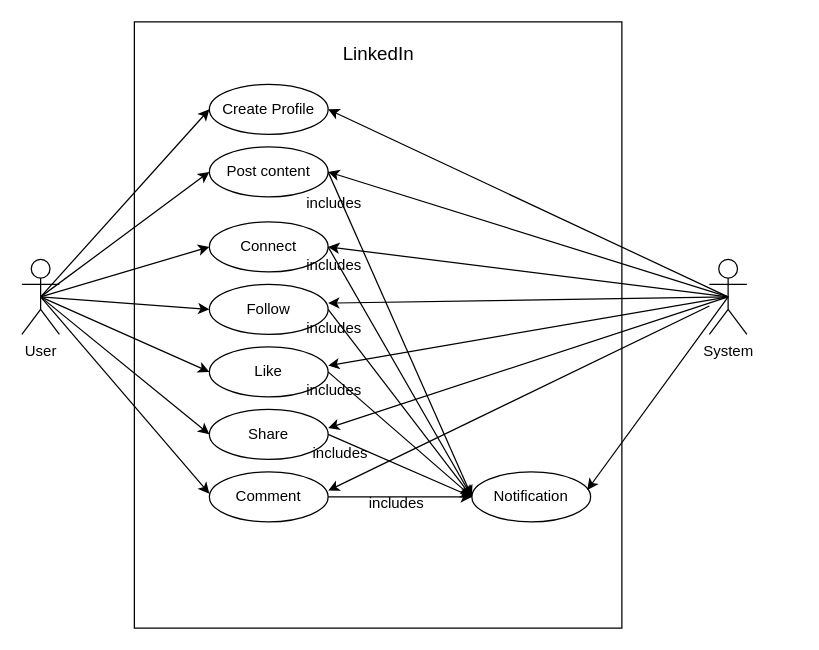
Earlier version of the draw.io diagram Assignments/A2/LinkedInUseCase.drawio (sunys1/Object-Oriented-Design). Source tidied: cells renumbered, new cells numbered last; positions are measured from the earlier drawing's top-left corner, leaving out a move shared by most shapes. Both pictures are drawn from the tidied source at 125%, with x=0, y=0 at pixel (21, 21).
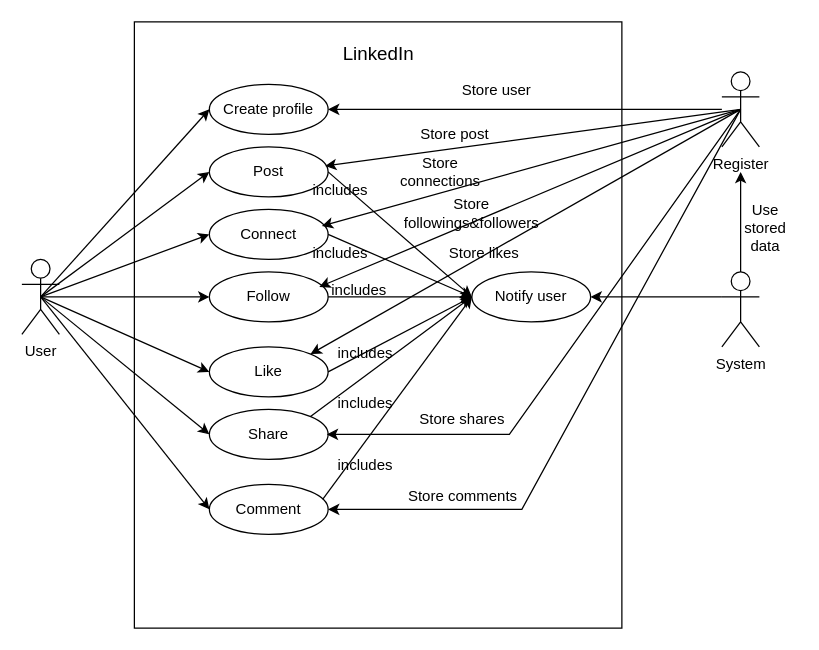
The same page after the edit.

Commit message (it also covers changes not shown here):
Updated roles and associations

The change refers to these unchanged cells:
```xml
<mxCell id="4" value="User" style="shape=umlActor;verticalLabelPosition=bottom;verticalAlign=top;html=1;outlineConnect=0;" parent="1" vertex="1">
  <mxGeometry y="190" width="30" height="60" as="geometry" />
</mxCell>
<mxCell id="10" value="Like" style="ellipse;whiteSpace=wrap;html=1;" parent="1" vertex="1">
  <mxGeometry x="150" y="260" width="95" height="40" as="geometry" />
</mxCell>
<mxCell id="11" value="Share" style="ellipse;whiteSpace=wrap;html=1;" parent="1" vertex="1">
  <mxGeometry x="150" y="310" width="95" height="40" as="geometry" />
</mxCell>
```

What changed in the source:
```diff
@@
+    <mxCell id="41" style="edgeStyle=orthogonalEdgeStyle;rounded=0;jettySize=auto;html=1;" parent="1" edge="1" source="5">
+      <mxGeometry relative="1" as="geometry">
+        <mxPoint x="575" y="120" as="targetPoint" />
+      </mxGeometry>
+    </mxCell>
+    <mxCell id="18" style="edgeStyle=orthogonalEdgeStyle;rounded=0;jettySize=auto;html=1;exitX=0;exitY=0.3333333333333333;exitDx=0;exitDy=0;exitPerimeter=0;entryX=1;entryY=0.5;entryDx=0;entryDy=0;" parent="1" edge="1" source="5" target="12">
+      <mxGeometry relative="1" as="geometry" />
+    </mxCell>
     <mxCell id="5" value="System" style="shape=umlActor;verticalLabelPosition=bottom;verticalAlign=top;html=1;outlineConnect=0;" parent="1" vertex="1">
-      <mxGeometry x="550" y="190" width="30" height="60" as="geometry" />
+      <mxGeometry x="560" y="200" width="30" height="60" as="geometry" />
     </mxCell>
-    <mxCell id="6" value="Create Profile" style="ellipse;whiteSpace=wrap;html=1;" parent="1" vertex="1">
+    <mxCell id="6" value="Create profile" style="ellipse;whiteSpace=wrap;html=1;" parent="1" vertex="1">
       <mxGeometry x="150" y="50" width="95" height="40" as="geometry" />
     </mxCell>
-    <mxCell id="7" value="Post content" style="ellipse;whiteSpace=wrap;html=1;" parent="1" vertex="1">
+    <mxCell id="7" value="Post" style="ellipse;whiteSpace=wrap;html=1;" parent="1" vertex="1">
       <mxGeometry x="150" y="100" width="95" height="40" as="geometry" />
     </mxCell>
     <mxCell id="8" value="Connect" style="ellipse;whiteSpace=wrap;html=1;" parent="1" vertex="1">
-      <mxGeometry x="150" y="160" width="95" height="40" as="geometry" />
+      <mxGeometry x="150" y="150" width="95" height="40" as="geometry" />
     </mxCell>
     <mxCell id="9" value="Follow" style="ellipse;whiteSpace=wrap;html=1;" parent="1" vertex="1">
-      <mxGeometry x="150" y="210" width="95" height="40" as="geometry" />
+      <mxGeometry x="150" y="200" width="95" height="40" as="geometry" />
     </mxCell>
@@
-    <mxCell id="12" value="Notification" style="ellipse;whiteSpace=wrap;html=1;" parent="1" vertex="1">
-      <mxGeometry x="360" y="360" width="95" height="40" as="geometry" />
+    <mxCell id="12" value="Notify user" style="ellipse;whiteSpace=wrap;html=1;" parent="1" vertex="1">
+      <mxGeometry x="360" y="200" width="95" height="40" as="geometry" />
     </mxCell>
@@
-    <mxCell id="14" style="endArrow=classic;html=1;rounded=0;exitX=0.5;exitY=0.5;exitDx=0;exitDy=0;exitPerimeter=0;entryX=0;entryY=0.5;entryDx=0;entryDy=0;" parent="1" edge="1" source="4">
-      <mxGeometry relative="1" as="geometry">
-        <mxPoint x="150" y="180" as="targetPoint" />
-      </mxGeometry>
+    <mxCell id="14" style="endArrow=classic;html=1;rounded=0;exitX=0.5;exitY=0.5;exitDx=0;exitDy=0;exitPerimeter=0;entryX=0;entryY=0.5;entryDx=0;entryDy=0;" parent="1" edge="1" source="4" target="8">
+      <mxGeometry relative="1" as="geometry" />
     </mxCell>
@@
-    <mxCell id="18" style="endArrow=classic;html=1;rounded=0;entryX=0.972;entryY=0.361;entryDx=0;entryDy=0;entryPerimeter=0;exitX=0.5;exitY=0.5;exitDx=0;exitDy=0;exitPerimeter=0;" parent="1" edge="1" source="5" target="12">
-      <mxGeometry relative="1" as="geometry" />
-    </mxCell>
-    <mxCell id="19" style="endArrow=classic;html=1;rounded=0;exitX=0.5;exitY=0.5;exitDx=0;exitDy=0;exitPerimeter=0;entryX=1;entryY=0.5;entryDx=0;entryDy=0;" parent="1" edge="1" source="5" target="7">
-      <mxGeometry relative="1" as="geometry" />
-    </mxCell>
-    <mxCell id="20" style="endArrow=classic;html=1;rounded=0;entryX=1;entryY=0.5;entryDx=0;entryDy=0;exitX=0.5;exitY=0.5;exitDx=0;exitDy=0;exitPerimeter=0;" parent="1" edge="1" source="5">
-      <mxGeometry relative="1" as="geometry">
-        <mxPoint x="245" y="180" as="targetPoint" />
-      </mxGeometry>
-    </mxCell>
-    <mxCell id="21" style="endArrow=classic;html=1;rounded=0;entryX=1;entryY=0.5;entryDx=0;entryDy=0;exitX=0.5;exitY=0.5;exitDx=0;exitDy=0;exitPerimeter=0;" parent="1" edge="1" source="5">
-      <mxGeometry relative="1" as="geometry">
-        <mxPoint x="245" y="225" as="targetPoint" />
-      </mxGeometry>
-    </mxCell>
-    <mxCell id="22" style="endArrow=classic;html=1;rounded=0;entryX=1;entryY=0.5;entryDx=0;entryDy=0;exitX=0.5;exitY=0.5;exitDx=0;exitDy=0;exitPerimeter=0;" parent="1" edge="1" source="5">
-      <mxGeometry relative="1" as="geometry">
-        <mxPoint x="245" y="275" as="targetPoint" />
-      </mxGeometry>
-    </mxCell>
-    <mxCell id="23" style="endArrow=classic;html=1;rounded=0;entryX=1;entryY=0.5;entryDx=0;entryDy=0;exitX=0.5;exitY=0.5;exitDx=0;exitDy=0;exitPerimeter=0;" parent="1" edge="1" source="5">
-      <mxGeometry relative="1" as="geometry">
-        <mxPoint x="245" y="325" as="targetPoint" />
-      </mxGeometry>
-    </mxCell>
     <mxCell id="24" value="Comment" style="ellipse;whiteSpace=wrap;html=1;" parent="1" vertex="1">
-      <mxGeometry x="150" y="360" width="95" height="40" as="geometry" />
+      <mxGeometry x="150" y="370" width="95" height="40" as="geometry" />
     </mxCell>
-    <mxCell id="25" style="endArrow=classic;html=1;rounded=0;entryX=0;entryY=0.5;entryDx=0;entryDy=0;exitX=0.5;exitY=0.5;exitDx=0;exitDy=0;exitPerimeter=0;" parent="1" edge="1" source="4">
-      <mxGeometry relative="1" as="geometry">
-        <mxPoint x="150" y="377.5" as="targetPoint" />
-      </mxGeometry>
+    <mxCell id="25" style="endArrow=classic;html=1;rounded=0;entryX=0;entryY=0.5;entryDx=0;entryDy=0;exitX=0.5;exitY=0.5;exitDx=0;exitDy=0;exitPerimeter=0;" parent="1" edge="1" source="4" target="24">
+      <mxGeometry relative="1" as="geometry" />
     </mxCell>
-    <mxCell id="26" style="endArrow=classic;html=1;rounded=0;entryX=1;entryY=0.5;entryDx=0;entryDy=0;" parent="1" edge="1" source="5">
-      <mxGeometry relative="1" as="geometry">
-        <mxPoint x="245" y="375" as="targetPoint" />
-      </mxGeometry>
-    </mxCell>
     <mxCell id="27" value="includes" style="text;html=1;align=center;verticalAlign=middle;whiteSpace=wrap;rounded=0;" parent="1" vertex="1">
-      <mxGeometry x="270" y="370" width="60" height="30" as="geometry" />
+      <mxGeometry x="245" y="340" width="60" height="30" as="geometry" />
     </mxCell>
@@
     <mxCell id="29" value="includes" style="text;html=1;align=center;verticalAlign=middle;whiteSpace=wrap;rounded=0;" parent="1" vertex="1">
-      <mxGeometry x="220" y="230" width="60" height="30" as="geometry" />
+      <mxGeometry x="240" y="200" width="60" height="30" as="geometry" />
     </mxCell>
-    <mxCell id="30" style="endArrow=classic;html=1;rounded=0;exitX=1;exitY=0.5;exitDx=0;exitDy=0;entryX=0;entryY=0.5;entryDx=0;entryDy=0;" parent="1" edge="1" target="12">
-      <mxGeometry relative="1" as="geometry">
-        <mxPoint x="245" y="380" as="sourcePoint" />
-      </mxGeometry>
+    <mxCell id="30" style="endArrow=classic;html=1;rounded=0;exitX=0.954;exitY=0.3;exitDx=0;exitDy=0;entryX=0;entryY=0.5;entryDx=0;entryDy=0;exitPerimeter=0;" parent="1" edge="1" source="24" target="12">
+      <mxGeometry relative="1" as="geometry" />
     </mxCell>
-    <mxCell id="31" style="endArrow=classic;html=1;rounded=0;exitX=1;exitY=0.5;exitDx=0;exitDy=0;entryX=0;entryY=0.5;entryDx=0;entryDy=0;" parent="1" edge="1" source="11" target="12">
+    <mxCell id="31" style="endArrow=classic;html=1;rounded=0;exitX=1;exitY=0;exitDx=0;exitDy=0;entryX=0;entryY=0.5;entryDx=0;entryDy=0;" parent="1" edge="1" source="11" target="12">
       <mxGeometry relative="1" as="geometry" />
     </mxCell>
     <mxCell id="32" value="includes" style="text;html=1;align=center;verticalAlign=middle;whiteSpace=wrap;rounded=0;" parent="1" vertex="1">
-      <mxGeometry x="225" y="330" width="60" height="30" as="geometry" />
+      <mxGeometry x="245" y="290" width="60" height="30" as="geometry" />
     </mxCell>
-    <mxCell id="33" style="endArrow=classic;html=1;rounded=0;exitX=1;exitY=0.5;exitDx=0;exitDy=0;entryX=0;entryY=0.5;entryDx=0;entryDy=0;" parent="1" edge="1" target="12">
-      <mxGeometry relative="1" as="geometry">
-        <mxPoint x="245" y="230" as="sourcePoint" />
-      </mxGeometry>
+    <mxCell id="33" style="endArrow=classic;html=1;rounded=0;exitX=1;exitY=0.5;exitDx=0;exitDy=0;entryX=0;entryY=0.5;entryDx=0;entryDy=0;" parent="1" edge="1" source="9" target="12">
+      <mxGeometry relative="1" as="geometry" />
     </mxCell>
     <mxCell id="34" value="includes" style="text;html=1;align=center;verticalAlign=middle;whiteSpace=wrap;rounded=0;" parent="1" vertex="1">
-      <mxGeometry x="220" y="280" width="60" height="30" as="geometry" />
+      <mxGeometry x="245" y="250" width="60" height="30" as="geometry" />
     </mxCell>
-    <mxCell id="35" style="endArrow=classic;html=1;rounded=0;exitX=1;exitY=0.5;exitDx=0;exitDy=0;entryX=0;entryY=0.5;entryDx=0;entryDy=0;" parent="1" edge="1" target="12">
-      <mxGeometry relative="1" as="geometry">
-        <mxPoint x="245" y="180" as="sourcePoint" />
-      </mxGeometry>
+    <mxCell id="35" style="endArrow=classic;html=1;rounded=0;exitX=1;exitY=0.5;exitDx=0;exitDy=0;entryX=0;entryY=0.5;entryDx=0;entryDy=0;" parent="1" edge="1" source="8" target="12">
+      <mxGeometry relative="1" as="geometry" />
     </mxCell>
     <mxCell id="36" value="includes" style="text;html=1;align=center;verticalAlign=middle;whiteSpace=wrap;rounded=0;" parent="1" vertex="1">
-      <mxGeometry x="220" y="180" width="60" height="30" as="geometry" />
+      <mxGeometry x="225" y="170" width="60" height="30" as="geometry" />
     </mxCell>
@@
     <mxCell id="38" value="includes" style="text;html=1;align=center;verticalAlign=middle;whiteSpace=wrap;rounded=0;" parent="1" vertex="1">
-      <mxGeometry x="220" y="130" width="60" height="30" as="geometry" />
+      <mxGeometry x="225" y="120" width="60" height="30" as="geometry" />
     </mxCell>
-    <mxCell id="39" style="endArrow=classic;html=1;rounded=0;exitX=0.5;exitY=0.5;exitDx=0;exitDy=0;exitPerimeter=0;entryX=1;entryY=0.5;entryDx=0;entryDy=0;" parent="1" edge="1" source="5">
-      <mxGeometry relative="1" as="geometry">
-        <mxPoint x="245" y="70" as="targetPoint" />
-      </mxGeometry>
-    </mxCell>
@@
+    <mxCell id="42" style="edgeStyle=orthogonalEdgeStyle;rounded=0;jettySize=auto;html=1;entryX=1;entryY=0.5;entryDx=0;entryDy=0;" parent="1" edge="1" source="43" target="6">
+      <mxGeometry relative="1" as="geometry" />
+    </mxCell>
+    <mxCell id="43" value="Register" style="shape=umlActor;verticalLabelPosition=bottom;verticalAlign=top;html=1;outlineConnect=0;" parent="1" vertex="1">
+      <mxGeometry x="560" y="40" width="30" height="60" as="geometry" />
+    </mxCell>
+    <mxCell id="44" value="Use stored data" style="text;html=1;align=center;verticalAlign=middle;whiteSpace=wrap;rounded=0;" parent="1" vertex="1">
+      <mxGeometry x="570" y="150" width="50" height="30" as="geometry" />
+    </mxCell>
+    <mxCell id="45" style="endArrow=classic;html=1;rounded=0;exitX=0.5;exitY=0.5;exitDx=0;exitDy=0;exitPerimeter=0;entryX=0.975;entryY=0.383;entryDx=0;entryDy=0;entryPerimeter=0;" parent="1" edge="1" source="43" target="7">
+      <mxGeometry relative="1" as="geometry" />
+    </mxCell>
+    <mxCell id="46" value="Store user" style="text;html=1;align=center;verticalAlign=middle;whiteSpace=wrap;rounded=0;" parent="1" vertex="1">
+      <mxGeometry x="350" y="40" width="60" height="30" as="geometry" />
+    </mxCell>
+    <mxCell id="47" value="Store post" style="text;html=1;align=center;verticalAlign=middle;whiteSpace=wrap;rounded=0;" parent="1" vertex="1">
+      <mxGeometry x="318" y="80" width="57" height="20" as="geometry" />
+    </mxCell>
+    <mxCell id="48" style="endArrow=classic;html=1;rounded=0;exitX=0.5;exitY=0.5;exitDx=0;exitDy=0;exitPerimeter=0;entryX=0.947;entryY=0.333;entryDx=0;entryDy=0;entryPerimeter=0;" parent="1" edge="1" source="43" target="8">
+      <mxGeometry relative="1" as="geometry" />
+    </mxCell>
+    <mxCell id="49" style="endArrow=classic;html=1;rounded=0;exitX=0.5;exitY=0.5;exitDx=0;exitDy=0;exitPerimeter=0;entryX=0.926;entryY=0.3;entryDx=0;entryDy=0;entryPerimeter=0;" parent="1" edge="1" source="43" target="9">
+      <mxGeometry relative="1" as="geometry" />
+    </mxCell>
+    <mxCell id="50" value="Store connections" style="text;html=1;align=center;verticalAlign=middle;whiteSpace=wrap;rounded=0;" parent="1" vertex="1">
+      <mxGeometry x="310" y="110" width="50" height="20" as="geometry" />
+    </mxCell>
+    <mxCell id="51" value="Store followings&amp;amp;followers" style="text;html=1;align=center;verticalAlign=middle;whiteSpace=wrap;rounded=0;" parent="1" vertex="1">
+      <mxGeometry x="330" y="135" width="60" height="35" as="geometry" />
+    </mxCell>
+    <mxCell id="52" style="endArrow=classic;html=1;rounded=0;exitX=0.5;exitY=0.5;exitDx=0;exitDy=0;exitPerimeter=0;entryX=1;entryY=0;entryDx=0;entryDy=0;" parent="1" edge="1" source="43" target="10">
+      <mxGeometry relative="1" as="geometry" />
+    </mxCell>
+    <mxCell id="53" value="Store likes" style="text;html=1;align=center;verticalAlign=middle;whiteSpace=wrap;rounded=0;" parent="1" vertex="1">
+      <mxGeometry x="340" y="170" width="60" height="30" as="geometry" />
+    </mxCell>
+    <mxCell id="54" style="endArrow=classic;html=1;rounded=0;exitX=0.5;exitY=0.5;exitDx=0;exitDy=0;exitPerimeter=0;entryX=0.926;entryY=0.3;entryDx=0;entryDy=0;entryPerimeter=0;" parent="1" edge="1" source="43">
+      <mxGeometry relative="1" as="geometry">
+        <mxPoint x="244" y="330" as="targetPoint" />
+        <Array as="points">
+          <mxPoint x="390" y="330" />
+        </Array>
+      </mxGeometry>
+    </mxCell>
+    <mxCell id="55" value="Store shares" style="text;html=1;align=center;verticalAlign=middle;whiteSpace=wrap;rounded=0;" parent="1" vertex="1">
+      <mxGeometry x="310" y="310" width="85" height="15" as="geometry" />
+    </mxCell>
+    <mxCell id="56" style="endArrow=classic;html=1;rounded=0;exitX=0.5;exitY=0.5;exitDx=0;exitDy=0;exitPerimeter=0;entryX=1;entryY=0.5;entryDx=0;entryDy=0;" parent="1" edge="1" source="43" target="24">
+      <mxGeometry relative="1" as="geometry">
+        <Array as="points">
+          <mxPoint x="400" y="390" />
+        </Array>
+      </mxGeometry>
+    </mxCell>
+    <mxCell id="57" value="Store comments" style="text;html=1;align=center;verticalAlign=middle;whiteSpace=wrap;rounded=0;" parent="1" vertex="1">
+      <mxGeometry x="307.5" y="370" width="90" height="20" as="geometry" />
+    </mxCell>
```
